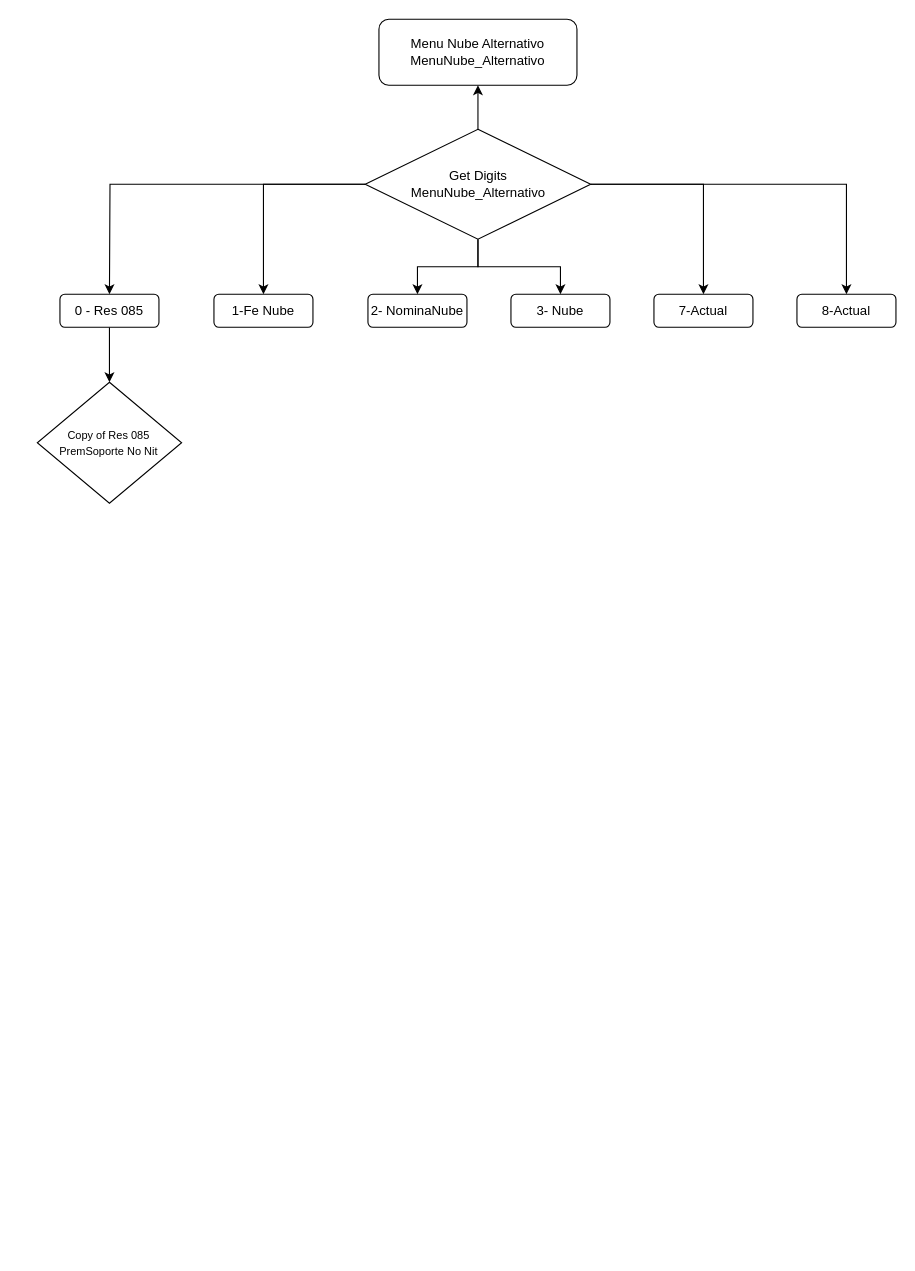
Earlier version of the draw.io diagram Untitled Diagram.drawio (diegoamb03/APOYO_BI). Source tidied: cells renumbered, new cells numbered last; positions are measured from the earlier drawing's top-left corner, leaving out a move shared by most shapes. Both pictures are drawn from the tidied source at 110%, with x=0, y=0 at pixel (36, 19).
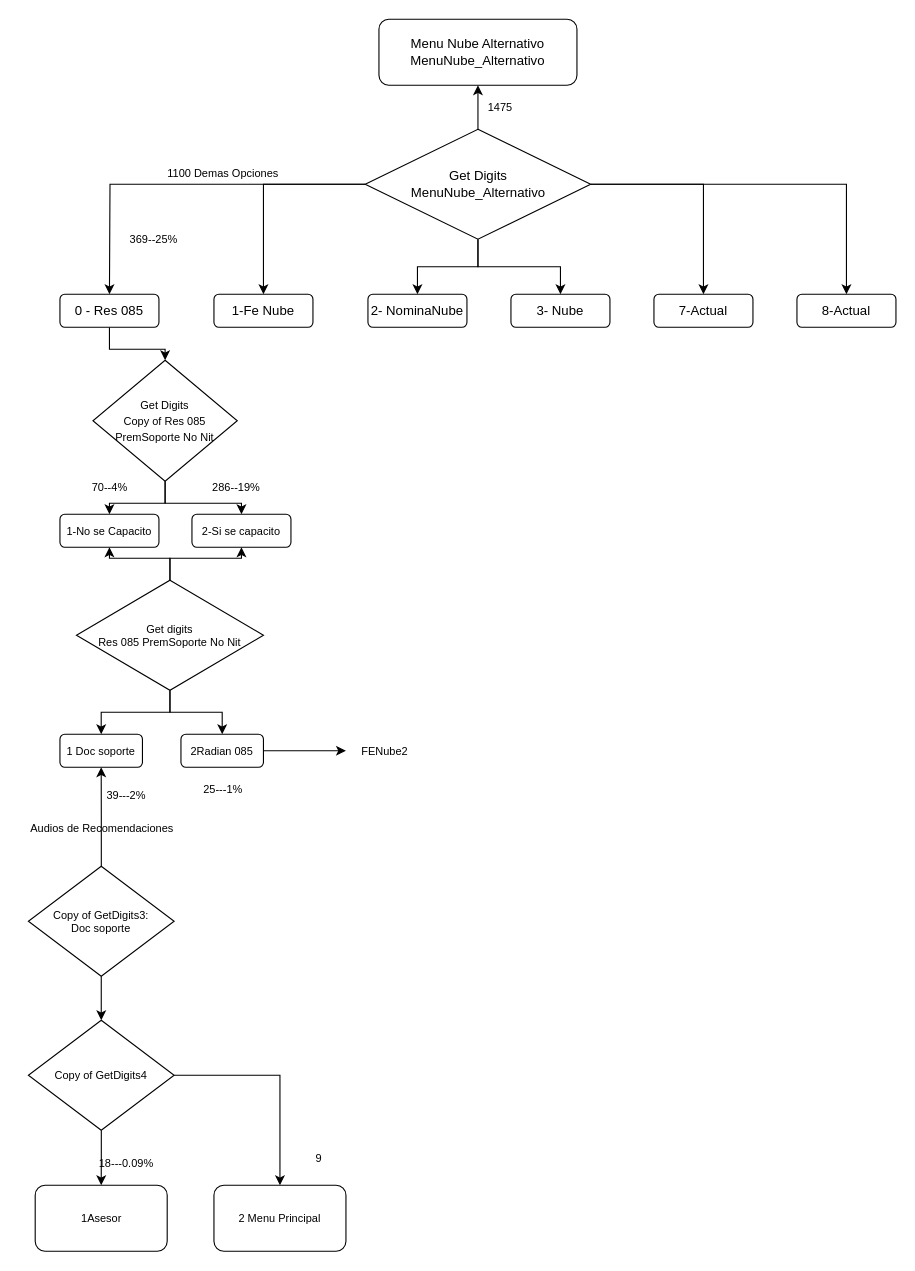
The same page after the edit.

The edit, as a diff of the source:
```diff
@@
+    <mxCell id="19" style="edgeStyle=orthogonalEdgeStyle;rounded=0;jettySize=auto;html=1;entryX=0.5;entryY=0;entryDx=0;entryDy=0;fontSize=10;" parent="1" edge="1" source="18" target="21">
+      <mxGeometry relative="1" as="geometry" />
+    </mxCell>
+    <mxCell id="20" style="edgeStyle=orthogonalEdgeStyle;rounded=0;jettySize=auto;html=1;fontSize=10;" parent="1" edge="1" source="18" target="22">
+      <mxGeometry relative="1" as="geometry" />
+    </mxCell>
-    <mxCell id="18" value="&lt;font style=&quot;font-size: 10px;&quot;&gt;Copy of Res 085 PremSoporte No Nit&lt;/font&gt;" style="rhombus;whiteSpace=wrap;html=1;" parent="1" vertex="1">
-      <mxGeometry x="0.4" y="330" width="131.2" height="110" as="geometry" />
+    <mxCell id="18" value="&lt;font style=&quot;font-size: 10px;&quot;&gt;Get Digits &lt;br&gt;Copy of Res 085 PremSoporte No Nit&lt;/font&gt;" style="rhombus;whiteSpace=wrap;html=1;" parent="1" vertex="1">
+      <mxGeometry x="51" y="310" width="131.2" height="110" as="geometry" />
     </mxCell>
+    <mxCell id="21" value="1-No se Capacito" style="rounded=1;whiteSpace=wrap;html=1;fontSize=10;" parent="1" vertex="1">
+      <mxGeometry x="21" y="450" width="90" height="30" as="geometry" />
+    </mxCell>
+    <mxCell id="22" value="2-Si se capacito" style="rounded=1;whiteSpace=wrap;html=1;fontSize=10;" parent="1" vertex="1">
+      <mxGeometry x="141" y="450" width="90" height="30" as="geometry" />
+    </mxCell>
+    <mxCell id="23" value="1 Doc soporte" style="rounded=1;whiteSpace=wrap;html=1;fontSize=10;" parent="1" vertex="1">
+      <mxGeometry x="21" y="650" width="75" height="30" as="geometry" />
+    </mxCell>
+    <mxCell id="24" style="edgeStyle=orthogonalEdgeStyle;rounded=0;jettySize=auto;html=1;entryX=0.5;entryY=0;entryDx=0;entryDy=0;fontSize=10;" parent="1" edge="1" source="28" target="23">
+      <mxGeometry relative="1" as="geometry" />
+    </mxCell>
+    <mxCell id="25" style="edgeStyle=orthogonalEdgeStyle;rounded=0;jettySize=auto;html=1;entryX=0.5;entryY=0;entryDx=0;entryDy=0;fontSize=10;" parent="1" edge="1" source="28" target="30">
+      <mxGeometry relative="1" as="geometry" />
+    </mxCell>
+    <mxCell id="26" style="edgeStyle=orthogonalEdgeStyle;rounded=0;jettySize=auto;html=1;entryX=0.5;entryY=1;entryDx=0;entryDy=0;fontSize=10;" parent="1" edge="1" source="28" target="21">
+      <mxGeometry relative="1" as="geometry" />
+    </mxCell>
+    <mxCell id="27" style="edgeStyle=orthogonalEdgeStyle;rounded=0;jettySize=auto;html=1;entryX=0.5;entryY=1;entryDx=0;entryDy=0;fontSize=10;" parent="1" edge="1" source="28" target="22">
+      <mxGeometry relative="1" as="geometry" />
+    </mxCell>
+    <mxCell id="28" value="Get digits&lt;br&gt;Res 085 PremSoporte No Nit" style="rhombus;whiteSpace=wrap;html=1;fontSize=10;" parent="1" vertex="1">
+      <mxGeometry x="36" y="510" width="170" height="100" as="geometry" />
+    </mxCell>
+    <mxCell id="29" style="edgeStyle=orthogonalEdgeStyle;rounded=0;jettySize=auto;html=1;fontSize=10;" parent="1" edge="1" source="30" target="40">
+      <mxGeometry relative="1" as="geometry" />
+    </mxCell>
+    <mxCell id="30" value="2Radian 085" style="rounded=1;whiteSpace=wrap;html=1;fontSize=10;" parent="1" vertex="1">
+      <mxGeometry x="131" y="650" width="75" height="30" as="geometry" />
+    </mxCell>
+    <mxCell id="31" style="edgeStyle=orthogonalEdgeStyle;rounded=0;jettySize=auto;html=1;entryX=0.5;entryY=1;entryDx=0;entryDy=0;fontSize=10;" parent="1" edge="1" source="33" target="23">
+      <mxGeometry relative="1" as="geometry" />
+    </mxCell>
+    <mxCell id="32" style="edgeStyle=orthogonalEdgeStyle;rounded=0;jettySize=auto;html=1;fontSize=10;" parent="1" edge="1" source="33" target="37">
+      <mxGeometry relative="1" as="geometry" />
+    </mxCell>
+    <mxCell id="33" value="Copy of GetDigits3:&lt;br&gt;Doc soporte" style="rhombus;whiteSpace=wrap;html=1;fontSize=10;" parent="1" vertex="1">
+      <mxGeometry x="-7.7" y="770" width="132.5" height="100" as="geometry" />
+    </mxCell>
+    <mxCell id="34" value="Audios de Recomendaciones" style="text;html=1;align=center;verticalAlign=middle;strokeColor=none;fillColor=none;fontSize=10;" parent="1" vertex="1">
+      <mxGeometry x="-16.5" y="720" width="150" height="30" as="geometry" />
+    </mxCell>
+    <mxCell id="35" style="edgeStyle=orthogonalEdgeStyle;rounded=0;jettySize=auto;html=1;entryX=0.5;entryY=0;entryDx=0;entryDy=0;fontSize=10;" parent="1" edge="1" source="37" target="38">
+      <mxGeometry relative="1" as="geometry" />
+    </mxCell>
+    <mxCell id="36" style="edgeStyle=orthogonalEdgeStyle;rounded=0;jettySize=auto;html=1;fontSize=10;" parent="1" edge="1" source="37" target="39">
+      <mxGeometry relative="1" as="geometry" />
+    </mxCell>
+    <mxCell id="37" value="Copy of GetDigits4" style="rhombus;whiteSpace=wrap;html=1;fontSize=10;" parent="1" vertex="1">
+      <mxGeometry x="-7.7" y="910" width="132.5" height="100" as="geometry" />
+    </mxCell>
+    <mxCell id="38" value="2 Menu Principal" style="rounded=1;whiteSpace=wrap;html=1;fontSize=10;" parent="1" vertex="1">
+      <mxGeometry x="161" y="1060" width="120" height="60" as="geometry" />
+    </mxCell>
+    <mxCell id="39" value="1Asesor" style="rounded=1;whiteSpace=wrap;html=1;fontSize=10;" parent="1" vertex="1">
+      <mxGeometry x="-1.5" y="1060" width="120" height="60" as="geometry" />
+    </mxCell>
+    <mxCell id="40" value="FENube2" style="text;html=1;align=center;verticalAlign=middle;points=[];strokeColor=none;fillColor=none;fontSize=10;" parent="1" vertex="1">
+      <mxGeometry x="281" y="650" width="70" height="30" as="geometry" />
+    </mxCell>
+    <mxCell id="41" value="1475" style="text;html=1;align=center;verticalAlign=middle;strokeColor=none;fillColor=none;fontSize=10;" parent="1" vertex="1">
+      <mxGeometry x="396" y="65" width="50" height="30" as="geometry" />
+    </mxCell>
+    <mxCell id="42" value="369--25%" style="text;html=1;align=center;verticalAlign=middle;strokeColor=none;fillColor=none;fontSize=10;" parent="1" vertex="1">
+      <mxGeometry x="71" y="185" width="70" height="30" as="geometry" />
+    </mxCell>
+    <mxCell id="43" value="1100 Demas Opciones" style="text;html=1;align=center;verticalAlign=middle;strokeColor=none;fillColor=none;fontSize=10;" parent="1" vertex="1">
+      <mxGeometry x="108.5" y="125" width="120" height="30" as="geometry" />
+    </mxCell>
+    <mxCell id="44" value="70--4%" style="text;html=1;align=center;verticalAlign=middle;strokeColor=none;fillColor=none;fontSize=10;" parent="1" vertex="1">
+      <mxGeometry x="36" y="410" width="60" height="30" as="geometry" />
+    </mxCell>
+    <mxCell id="45" value="286--19%" style="text;html=1;align=center;verticalAlign=middle;strokeColor=none;fillColor=none;fontSize=10;" parent="1" vertex="1">
+      <mxGeometry x="146" y="410" width="70" height="30" as="geometry" />
+    </mxCell>
+    <mxCell id="46" value="39---2%" style="text;html=1;align=center;verticalAlign=middle;strokeColor=none;fillColor=none;fontSize=10;" parent="1" vertex="1">
+      <mxGeometry x="51" y="690" width="60" height="30" as="geometry" />
+    </mxCell>
+    <mxCell id="47" value="25---1%" style="text;html=1;align=center;verticalAlign=middle;strokeColor=none;fillColor=none;fontSize=10;" parent="1" vertex="1">
+      <mxGeometry x="138.5" y="685" width="60" height="30" as="geometry" />
+    </mxCell>
+    <mxCell id="48" value="18---0.09%" style="text;html=1;align=center;verticalAlign=middle;strokeColor=none;fillColor=none;fontSize=10;" parent="1" vertex="1">
+      <mxGeometry x="46" y="1025" width="70" height="30" as="geometry" />
+    </mxCell>
+    <mxCell id="49" value="9" style="text;html=1;align=center;verticalAlign=middle;strokeColor=none;fillColor=none;fontSize=10;" parent="1" vertex="1">
+      <mxGeometry x="241" y="1020" width="30" height="30" as="geometry" />
+    </mxCell>
```
